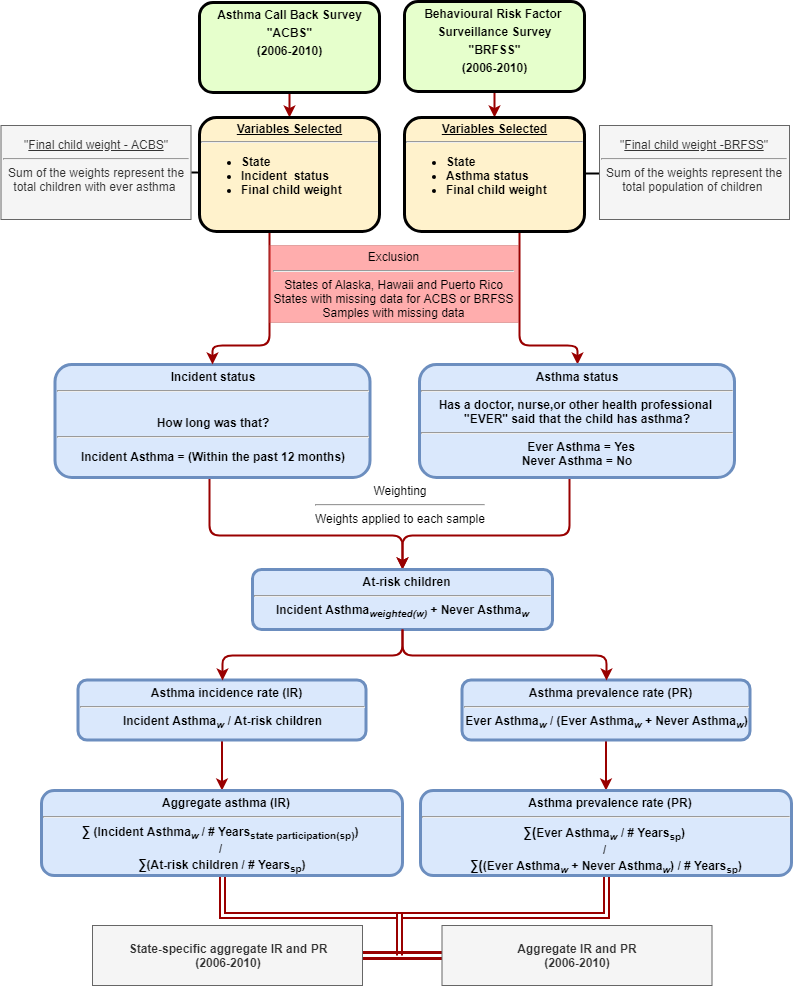
This is Results/Plots/Asthma Flow Chart-Asthma incidente rate ver5.png from raedkm/TTI-AsthmaIR, a draw.io export, as it was before one commit. Source tidied: cells renumbered, new cells last; positions are measured from the earlier drawing's top-left corner, leaving out a move shared by most shapes.
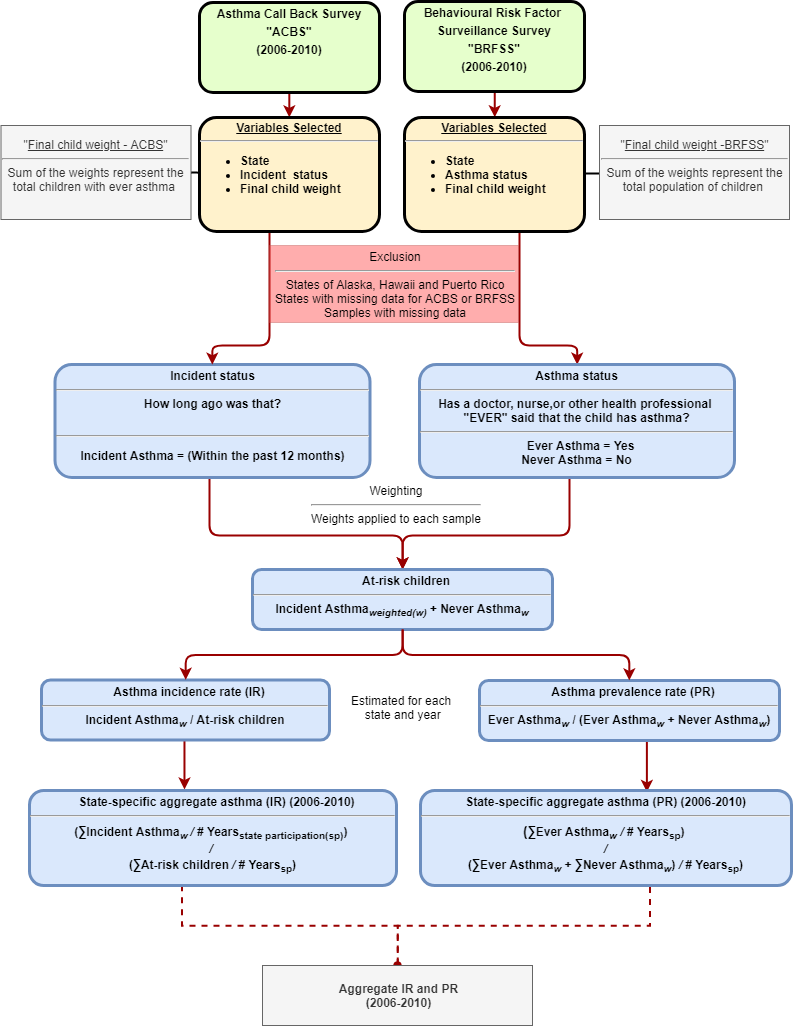
The same diagram one commit later.

What changed in the source:
```diff
@@ -41,7 +41,7 @@
         </Array>
       </mxGeometry>
     </mxCell>
-    <mxCell id="11" value="&lt;p style=&quot;margin: 4px 0px 0px ; text-align: center&quot;&gt;&lt;span&gt;Incident status&lt;/span&gt;&lt;/p&gt;&lt;hr&gt;&lt;p style=&quot;margin: 4px 0px 0px ; text-align: center&quot;&gt;&lt;span&gt;&lt;br&gt;&lt;/span&gt;&lt;/p&gt;&lt;p style=&quot;margin: 4px 0px 0px ; text-align: center&quot;&gt;&lt;span&gt;How long&amp;nbsp;&lt;/span&gt;&lt;span&gt;was that?&lt;/span&gt;&lt;/p&gt;&lt;hr&gt;&lt;p&gt;&lt;span&gt;Incident Asthma =&amp;nbsp;&lt;/span&gt;&lt;span&gt;(Within the past&amp;nbsp;&lt;/span&gt;&lt;span&gt;12 months)&lt;/span&gt;&lt;/p&gt;" style="verticalAlign=middle;align=center;overflow=fill;fontSize=12;fontFamily=Helvetica;html=1;rounded=1;fontStyle=1;strokeWidth=3;fillColor=#dae8fc;strokeColor=#6c8ebf;" parent="1" vertex="1">
+    <mxCell id="11" value="&lt;p style=&quot;margin: 4px 0px 0px ; text-align: center&quot;&gt;&lt;span&gt;Incident status&lt;/span&gt;&lt;/p&gt;&lt;hr&gt;&lt;p style=&quot;margin: 4px 0px 0px ; text-align: center&quot;&gt;&lt;span&gt;How long ago&amp;nbsp;&lt;/span&gt;&lt;span&gt;was that?&lt;/span&gt;&lt;br&gt;&lt;/p&gt;&lt;p style=&quot;margin: 4px 0px 0px ; text-align: center&quot;&gt;&lt;span&gt;&lt;br&gt;&lt;/span&gt;&lt;/p&gt;&lt;hr&gt;&lt;p&gt;&lt;span&gt;Incident Asthma =&amp;nbsp;&lt;/span&gt;&lt;span&gt;(Within the past&amp;nbsp;&lt;/span&gt;&lt;span&gt;12 months)&lt;/span&gt;&lt;/p&gt;" style="verticalAlign=middle;align=center;overflow=fill;fontSize=12;fontFamily=Helvetica;html=1;rounded=1;fontStyle=1;strokeWidth=3;fillColor=#dae8fc;strokeColor=#6c8ebf;" parent="1" vertex="1">
       <mxGeometry x="53.5" y="363" width="315" height="113" as="geometry" />
     </mxCell>
     <mxCell id="12" style="edgeStyle=none;rounded=0;comic=0;jettySize=auto;html=1;shadow=0;startArrow=none;startFill=0;endArrow=none;endFill=0;strokeColor=#000000;strokeWidth=2;" parent="1" edge="1" source="13" target="7">
@@ -69,40 +69,40 @@
     <mxCell id="18" value="&lt;p style=&quot;margin: 0px ; margin-top: 4px ; text-align: center ; text-decoration: underline&quot;&gt;&lt;/p&gt;&lt;p style=&quot;margin: 0px ; margin-left: 8px&quot;&gt;&lt;span&gt;At-risk children&lt;/span&gt;&lt;/p&gt;&lt;hr&gt;Incident Asthma&lt;sub&gt;&lt;i&gt;weighted(w)&lt;/i&gt;&lt;/sub&gt; + Never Asthma&lt;i&gt;&lt;sub&gt;w&lt;/sub&gt;&lt;/i&gt;" style="verticalAlign=middle;align=center;overflow=fill;fontSize=12;fontFamily=Helvetica;html=1;rounded=1;fontStyle=1;strokeWidth=3;fillColor=#dae8fc;strokeColor=#6c8ebf;" parent="1" vertex="1">
       <mxGeometry x="251" y="568" width="300" height="60" as="geometry" />
     </mxCell>
-    <mxCell id="19" style="edgeStyle=orthogonalEdgeStyle;rounded=0;jettySize=auto;html=1;strokeColor=#990000;strokeWidth=2;" parent="1" edge="1" source="20" target="22">
-      <mxGeometry relative="1" as="geometry" />
+    <mxCell id="19" style="edgeStyle=orthogonalEdgeStyle;rounded=0;jettySize=auto;html=1;entryX=0.423;entryY=-0.012;entryDx=0;entryDy=0;entryPerimeter=0;strokeWidth=2;strokeColor=#990000;" parent="1" edge="1" source="20" target="22">
+      <mxGeometry relative="1" as="geometry">
+        <Array as="points">
+          <mxPoint x="183" y="764" />
+        </Array>
+      </mxGeometry>
     </mxCell>
     <mxCell id="20" value="&lt;p style=&quot;margin: 0px ; margin-top: 4px ; text-align: center ; text-decoration: underline&quot;&gt;&lt;/p&gt;&lt;p style=&quot;margin: 0px ; margin-left: 8px&quot;&gt;&lt;span&gt;Asthma incidence rate (IR)&lt;/span&gt;&lt;/p&gt;&lt;hr&gt;Incident Asthma&lt;sub&gt;&lt;i&gt;w&lt;/i&gt;&lt;/sub&gt; / At-risk children" style="verticalAlign=middle;align=center;overflow=fill;fontSize=12;fontFamily=Helvetica;html=1;rounded=1;fontStyle=1;strokeWidth=3;fillColor=#dae8fc;strokeColor=#6c8ebf;" parent="1" vertex="1">
-      <mxGeometry x="76.5" y="678.5" width="288" height="60" as="geometry" />
+      <mxGeometry x="40" y="678.5" width="288" height="60" as="geometry" />
     </mxCell>
-    <mxCell id="21" style="edgeStyle=orthogonalEdgeStyle;rounded=0;jettySize=auto;html=1;strokeColor=#990000;strokeWidth=2;shape=link;" parent="1" edge="1" source="22">
-      <mxGeometry relative="1" as="geometry">
-        <mxPoint x="398" y="954" as="targetPoint" />
-      </mxGeometry>
+    <mxCell id="21" style="edgeStyle=orthogonalEdgeStyle;rounded=0;jettySize=auto;html=1;strokeColor=#990000;strokeWidth=2;dashed=1;endArrow=oval;endFill=1;exitX=0.415;exitY=0.994;exitDx=0;exitDy=0;exitPerimeter=0;entryX=0.5;entryY=0;entryDx=0;entryDy=0;" parent="1" edge="1" source="22" target="31">
+      <mxGeometry relative="1" as="geometry" />
     </mxCell>
-    <mxCell id="22" value="&lt;p style=&quot;margin: 0px ; margin-top: 4px ; text-align: center ; text-decoration: underline&quot;&gt;&lt;/p&gt;&lt;p style=&quot;margin: 0px ; margin-left: 8px&quot;&gt;&lt;span&gt;Aggregate asthma (IR)&lt;/span&gt;&lt;/p&gt;&lt;hr&gt;&lt;span style=&quot;font-size: 11.0pt ; line-height: 107% ; font-family: &amp;#34;calibri&amp;#34; , sans-serif&quot;&gt;∑&lt;/span&gt;&amp;nbsp;(Incident Asthma&lt;sub&gt;&lt;i&gt;w&amp;nbsp;&lt;/i&gt;&lt;/sub&gt;/ # Years&lt;sub&gt;state participation(sp)&lt;/sub&gt;)&amp;nbsp;&lt;br&gt;/&amp;nbsp;&lt;br&gt;&lt;span style=&quot;font-family: &amp;#34;calibri&amp;#34; , sans-serif ; font-size: 14.6667px&quot;&gt;∑&lt;/span&gt;(At-risk children&lt;sub&gt;&lt;i&gt;&amp;nbsp;&lt;/i&gt;&lt;/sub&gt;/ # Years&lt;sub&gt;sp&lt;/sub&gt;)" style="verticalAlign=middle;align=center;overflow=fill;fontSize=12;fontFamily=Helvetica;html=1;rounded=1;fontStyle=1;strokeWidth=3;fillColor=#dae8fc;strokeColor=#6c8ebf;" parent="1" vertex="1">
-      <mxGeometry x="40" y="789" width="361" height="85" as="geometry" />
+    <mxCell id="22" value="&lt;p style=&quot;margin: 0px ; margin-top: 4px ; text-align: center ; text-decoration: underline&quot;&gt;&lt;/p&gt;&lt;p style=&quot;margin: 0px ; margin-left: 8px&quot;&gt;&lt;span&gt;State-specific aggregate asthma (IR) (2006-2010)&lt;/span&gt;&lt;/p&gt;&lt;hr&gt;(&lt;span style=&quot;font-family: &amp;#34;calibri&amp;#34; , sans-serif ; font-size: 14.6667px&quot;&gt;∑&lt;/span&gt;Incident Asthma&lt;i&gt;&lt;sub&gt;w&amp;nbsp;&lt;/sub&gt;/&amp;nbsp;&lt;/i&gt;# Years&lt;sub&gt;state participation(sp)&lt;/sub&gt;)&amp;nbsp;&lt;br&gt;&lt;i&gt;/&lt;/i&gt;&amp;nbsp;&lt;br&gt;(&lt;span style=&quot;font-family: &amp;#34;calibri&amp;#34; , sans-serif ; font-size: 14.6667px&quot;&gt;∑&lt;/span&gt;At-risk children&lt;sub&gt;&lt;i&gt;&amp;nbsp;&lt;/i&gt;&lt;/sub&gt;&lt;i&gt;/&lt;/i&gt; # Years&lt;sub&gt;sp&lt;/sub&gt;)" style="verticalAlign=middle;align=center;overflow=fill;fontSize=12;fontFamily=Helvetica;html=1;rounded=1;fontStyle=1;strokeWidth=3;fillColor=#dae8fc;strokeColor=#6c8ebf;" parent="1" vertex="1">
+      <mxGeometry x="28" y="789" width="367" height="95" as="geometry" />
     </mxCell>
-    <mxCell id="23" style="edgeStyle=elbowEdgeStyle;elbow=vertical;strokeColor=#990000;strokeWidth=2;entryX=0.5;entryY=0;entryDx=0;entryDy=0;exitX=0.5;exitY=1;exitDx=0;exitDy=0;comic=0;shadow=0;" parent="1" edge="1" source="18" target="20">
+    <mxCell id="23" style="edgeStyle=elbowEdgeStyle;elbow=vertical;strokeColor=#990000;strokeWidth=2;exitX=0.5;exitY=1;exitDx=0;exitDy=0;comic=0;shadow=0;entryX=0.5;entryY=0;entryDx=0;entryDy=0;" parent="1" edge="1" source="18" target="20">
       <mxGeometry relative="1" as="geometry" />
     </mxCell>
-    <mxCell id="24" style="edgeStyle=orthogonalEdgeStyle;rounded=0;jettySize=auto;html=1;strokeWidth=2;strokeColor=#990000;" parent="1" edge="1" source="25" target="27">
-      <mxGeometry relative="1" as="geometry" />
+    <mxCell id="24" style="edgeStyle=orthogonalEdgeStyle;rounded=0;jettySize=auto;html=1;entryX=0.611;entryY=0.014;entryDx=0;entryDy=0;entryPerimeter=0;strokeWidth=2;strokeColor=#990000;" parent="1" edge="1" source="25" target="27">
+      <mxGeometry relative="1" as="geometry">
+        <Array as="points">
+          <mxPoint x="646" y="764" />
+        </Array>
+      </mxGeometry>
     </mxCell>
     <mxCell id="25" value="&lt;p style=&quot;margin: 0px ; margin-top: 4px ; text-align: center ; text-decoration: underline&quot;&gt;&lt;/p&gt;&lt;p style=&quot;margin: 0px ; margin-left: 8px&quot;&gt;Asthma prevalence rate (PR)&lt;br&gt;&lt;/p&gt;&lt;hr&gt;Ever Asthma&lt;i&gt;&lt;sub&gt;w&lt;/sub&gt;&lt;/i&gt; / (Ever Asthma&lt;i&gt;&lt;sub&gt;w&lt;/sub&gt;&lt;/i&gt; + Never Asthma&lt;sub&gt;&lt;i&gt;w&lt;/i&gt;&lt;/sub&gt;)" style="verticalAlign=middle;align=center;overflow=fill;fontSize=12;fontFamily=Helvetica;html=1;rounded=1;fontStyle=1;strokeWidth=3;fillColor=#dae8fc;strokeColor=#6c8ebf;" parent="1" vertex="1">
-      <mxGeometry x="460.5" y="678.5" width="288" height="60" as="geometry" />
+      <mxGeometry x="478" y="679" width="300" height="60" as="geometry" />
     </mxCell>
-    <mxCell id="26" style="edgeStyle=orthogonalEdgeStyle;rounded=0;jettySize=auto;html=1;strokeColor=#990000;strokeWidth=2;exitX=0.5;exitY=1;exitDx=0;exitDy=0;shape=link;" parent="1" edge="1" source="27">
-      <mxGeometry relative="1" as="geometry">
-        <mxPoint x="398" y="944" as="targetPoint" />
-        <Array as="points">
-          <mxPoint x="605" y="914" />
-          <mxPoint x="398" y="914" />
-        </Array>
-      </mxGeometry>
+    <mxCell id="26" style="edgeStyle=orthogonalEdgeStyle;rounded=0;jettySize=auto;html=1;strokeColor=#990000;strokeWidth=2;exitX=0.619;exitY=1.019;exitDx=0;exitDy=0;exitPerimeter=0;dashed=1;endArrow=oval;endFill=1;entryX=0.5;entryY=0;entryDx=0;entryDy=0;" parent="1" edge="1" source="27" target="31">
+      <mxGeometry relative="1" as="geometry" />
     </mxCell>
-    <mxCell id="27" value="&lt;p style=&quot;margin: 0px ; margin-top: 4px ; text-align: center ; text-decoration: underline&quot;&gt;&lt;/p&gt;&lt;p style=&quot;margin: 0px ; margin-left: 8px&quot;&gt;Asthma prevalence rate (PR)&lt;br&gt;&lt;/p&gt;&lt;hr&gt;&lt;span style=&quot;font-family: &amp;#34;calibri&amp;#34; , sans-serif ; font-size: 14.6667px&quot;&gt;∑(&lt;/span&gt;Ever Asthma&lt;i&gt;&lt;sub&gt;w&lt;/sub&gt;&lt;/i&gt;&amp;nbsp;/ # Years&lt;sub&gt;sp&lt;/sub&gt;) &lt;br&gt;/&amp;nbsp;&lt;br&gt;&lt;span style=&quot;font-family: &amp;#34;calibri&amp;#34; , sans-serif ; font-size: 14.6667px&quot;&gt;∑(&lt;/span&gt;(Ever Asthma&lt;i&gt;&lt;sub&gt;w&lt;/sub&gt;&lt;/i&gt; + Never Asthma&lt;sub&gt;&lt;i&gt;w&lt;/i&gt;&lt;/sub&gt;) / # Years&lt;sub&gt;sp&lt;/sub&gt;)" style="verticalAlign=middle;align=center;overflow=fill;fontSize=12;fontFamily=Helvetica;html=1;rounded=1;fontStyle=1;strokeWidth=3;fillColor=#dae8fc;strokeColor=#6c8ebf;" parent="1" vertex="1">
-      <mxGeometry x="419" y="789" width="371" height="85" as="geometry" />
+    <mxCell id="27" value="&lt;p style=&quot;margin: 0px ; margin-top: 4px ; text-align: center ; text-decoration: underline&quot;&gt;&lt;/p&gt;State-specific a&lt;span&gt;ggregate asthma (PR)&lt;/span&gt;&amp;nbsp;(2006-2010)&lt;br&gt;&lt;hr&gt;&lt;span style=&quot;font-family: &amp;#34;calibri&amp;#34; , sans-serif ; font-size: 14.6667px&quot;&gt;(&lt;/span&gt;&lt;span style=&quot;font-family: &amp;#34;calibri&amp;#34; , sans-serif ; font-size: 14.6667px&quot;&gt;∑&lt;/span&gt;Ever Asthma&lt;i&gt;&lt;sub&gt;w&lt;/sub&gt;&lt;/i&gt;&amp;nbsp;&lt;i&gt;/&lt;/i&gt; # Years&lt;sub&gt;sp&lt;/sub&gt;) &lt;br&gt;&lt;i&gt;/&lt;/i&gt;&lt;br&gt;(&lt;span style=&quot;font-family: &amp;#34;calibri&amp;#34; , sans-serif ; font-size: 14.6667px&quot;&gt;∑&lt;/span&gt;Ever Asthma&lt;i&gt;&lt;sub&gt;w&lt;/sub&gt;&lt;/i&gt; +&amp;nbsp;&lt;span style=&quot;font-family: &amp;#34;calibri&amp;#34; , sans-serif ; font-size: 14.6667px&quot;&gt;∑&lt;/span&gt;Never Asthma&lt;sub&gt;&lt;i&gt;w&lt;/i&gt;&lt;/sub&gt;) &lt;i&gt;/&lt;/i&gt; # Years&lt;sub&gt;sp&lt;/sub&gt;)" style="verticalAlign=middle;align=center;overflow=fill;fontSize=12;fontFamily=Helvetica;html=1;rounded=1;fontStyle=1;strokeWidth=3;fillColor=#dae8fc;strokeColor=#6c8ebf;" parent="1" vertex="1">
+      <mxGeometry x="419" y="789" width="371" height="95" as="geometry" />
     </mxCell>
     <mxCell id="28" style="edgeStyle=elbowEdgeStyle;elbow=vertical;strokeColor=#990000;strokeWidth=2;entryX=0.5;entryY=0;entryDx=0;entryDy=0;exitX=0.5;exitY=1;exitDx=0;exitDy=0;comic=0;shadow=0;" parent="1" edge="1" source="18" target="25">
       <mxGeometry relative="1" as="geometry" />
@@ -110,27 +110,14 @@
     <mxCell id="29" value="Exclusion&lt;br&gt;&lt;hr&gt;&lt;span&gt;States of Alaska,&amp;nbsp;&lt;/span&gt;Hawaii&lt;span&gt;&amp;nbsp;and Puerto Rico&lt;/span&gt;&lt;br&gt;&lt;span&gt;States with missing data for ACBS or BRFSS&lt;/span&gt;&lt;br&gt;&lt;span&gt;Samples with missing data&lt;/span&gt;" style="rounded=0;whiteSpace=wrap;html=1;opacity=40;fillColor=#FF3333;strokeColor=#b85450;" parent="1" vertex="1">
       <mxGeometry x="268" y="244" width="249" height="77" as="geometry" />
     </mxCell>
-    <mxCell id="30" style="edgeStyle=elbowEdgeStyle;rounded=0;jettySize=auto;elbow=vertical;html=1;shape=link;strokeColor=#990000;strokeWidth=3;shadow=0;comic=0;" parent="1" edge="1" source="31" target="32">
-      <mxGeometry relative="1" as="geometry">
-        <Array as="points">
-          <mxPoint x="408" y="954" />
-          <mxPoint x="408" y="964" />
-          <mxPoint x="408" y="954" />
-          <mxPoint x="428" y="964" />
-          <mxPoint x="411.5" y="954" />
-          <mxPoint x="421.5" y="959" />
-          <mxPoint x="421.5" y="949" />
-        </Array>
-      </mxGeometry>
-    </mxCell>
     <mxCell id="31" value="&lt;b&gt;Aggregate&amp;nbsp;IR and PR&lt;/b&gt;&lt;br&gt;&lt;b&gt;(2006-2010)&lt;/b&gt;" style="rounded=0;whiteSpace=wrap;html=1;fillColor=#f5f5f5;strokeColor=#666666;fontColor=#333333;" parent="1" vertex="1">
-      <mxGeometry x="440.5" y="924" width="270" height="60" as="geometry" />
+      <mxGeometry x="261" y="964" width="270" height="60" as="geometry" />
     </mxCell>
-    <mxCell id="32" value="&lt;b&gt;State-specific aggregate&amp;nbsp;IR and PR&lt;/b&gt;&lt;br&gt;&lt;b&gt;(2006-2010)&lt;/b&gt;" style="rounded=0;whiteSpace=wrap;html=1;fillColor=#f5f5f5;strokeColor=#666666;fontColor=#333333;" parent="1" vertex="1">
-      <mxGeometry x="91" y="924" width="270" height="60" as="geometry" />
-    </mxCell>
     <mxCell id="33" value="&lt;div style=&quot;text-align: center&quot;&gt;&lt;span&gt;Weighting&lt;/span&gt;&lt;/div&gt;&lt;hr style=&quot;text-align: center&quot;&gt;&lt;div style=&quot;text-align: center&quot;&gt;&lt;span&gt;Weights applied to each sample&lt;/span&gt;&lt;/div&gt;" style="text;html=1;fillColor=none;shadow=0;" parent="1" vertex="1">
-      <mxGeometry x="312" y="476" width="170" height="60" as="geometry" />
+      <mxGeometry x="308" y="476" width="190" height="78" as="geometry" />
     </mxCell>
+    <mxCell id="34" value="&lt;div style=&quot;text-align: center&quot;&gt;Estimated for each&amp;nbsp;&lt;/div&gt;&lt;div style=&quot;text-align: center&quot;&gt;state and year&lt;/div&gt;" style="text;html=1;fillColor=none;shadow=0;" parent="1" vertex="1">
+      <mxGeometry x="348" y="685.5" width="110" height="46" as="geometry" />
+    </mxCell>
   </root>
 </mxGraphModel>
```
